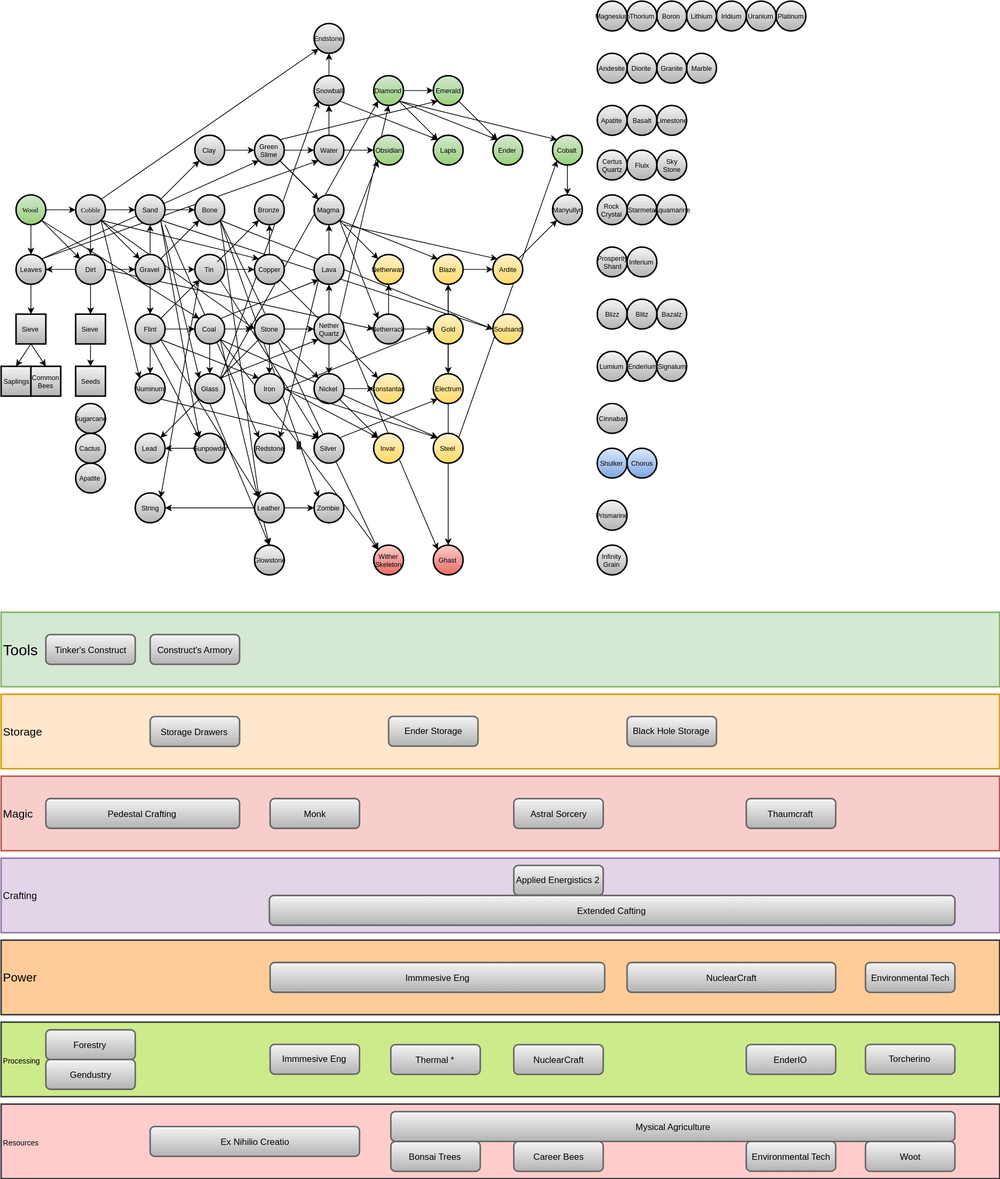
This is BeeTree.svg from Drakma/vacant-sky-3, a draw.io export, as it was before one commit. Source tidied: cells renumbered, new cells last; positions are measured from the earlier drawing's top-left corner, leaving out a move shared by most shapes.
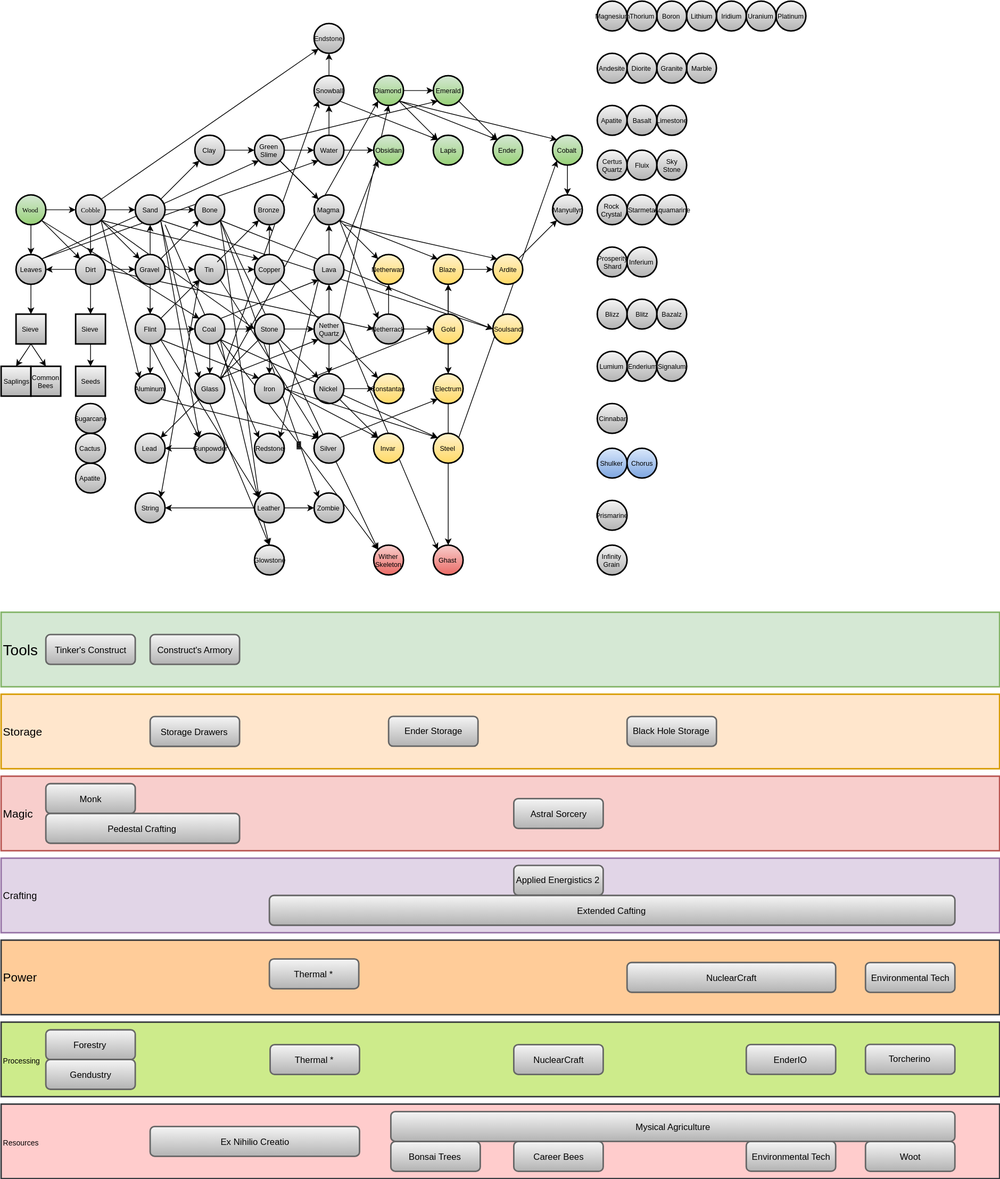
After the change.

What changed in the source:
```diff
@@ -669,9 +669,6 @@
     <mxCell id="212" value="&lt;font color=&quot;#000000&quot;&gt;Forestry&lt;/font&gt;&lt;br&gt;" style="rounded=1;whiteSpace=wrap;html=1;labelBackgroundColor=none;labelBorderColor=none;fillColor=#f5f5f5;strokeColor=#666666;strokeWidth=2;gradientColor=#b3b3b3;" parent="1" vertex="1">
       <mxGeometry x="60" y="1380.4" width="120" height="40" as="geometry" />
     </mxCell>
-    <mxCell id="213" value="&lt;font color=&quot;#000000&quot;&gt;Immmesive Eng&lt;/font&gt;&lt;br&gt;" style="rounded=1;whiteSpace=wrap;html=1;labelBackgroundColor=none;labelBorderColor=none;fillColor=#f5f5f5;strokeColor=#666666;strokeWidth=2;gradientColor=#b3b3b3;" parent="1" vertex="1">
-      <mxGeometry x="361" y="1290" width="449" height="40" as="geometry" />
-    </mxCell>
     <mxCell id="214" value="&lt;font color=&quot;#000000&quot;&gt;Environmental Tech&lt;/font&gt;&lt;br&gt;" style="rounded=1;whiteSpace=wrap;html=1;labelBackgroundColor=none;labelBorderColor=none;fillColor=#f5f5f5;strokeColor=#666666;strokeWidth=2;gradientColor=#b3b3b3;" parent="1" vertex="1">
       <mxGeometry x="1000" y="1530" width="120" height="40" as="geometry" />
     </mxCell>
@@ -682,26 +679,23 @@
       <mxGeometry x="60" y="1420.1" width="120" height="40" as="geometry" />
     </mxCell>
     <mxCell id="217" value="&lt;font color=&quot;#000000&quot;&gt;Monk&lt;/font&gt;&lt;br&gt;" style="rounded=1;whiteSpace=wrap;html=1;labelBackgroundColor=none;labelBorderColor=none;fillColor=#f5f5f5;strokeColor=#666666;strokeWidth=2;gradientColor=#b3b3b3;" parent="1" vertex="1">
-      <mxGeometry x="361" y="1070" width="120" height="40" as="geometry" />
+      <mxGeometry x="60" y="1050" width="120" height="40" as="geometry" />
     </mxCell>
     <mxCell id="218" value="&lt;font color=&quot;#000000&quot;&gt;Mysical Agriculture&lt;/font&gt;&lt;br&gt;" style="rounded=1;whiteSpace=wrap;html=1;labelBackgroundColor=none;labelBorderColor=none;fillColor=#f5f5f5;strokeColor=#666666;strokeWidth=2;gradientColor=#b3b3b3;" parent="1" vertex="1">
       <mxGeometry x="523" y="1490" width="757" height="40" as="geometry" />
     </mxCell>
     <mxCell id="219" value="&lt;font color=&quot;#000000&quot;&gt;Pedestal Crafting&lt;/font&gt;&lt;br&gt;" style="rounded=1;whiteSpace=wrap;html=1;labelBackgroundColor=none;labelBorderColor=none;fillColor=#f5f5f5;strokeColor=#666666;strokeWidth=2;gradientColor=#b3b3b3;" parent="1" vertex="1">
-      <mxGeometry x="60" y="1070" width="260" height="40" as="geometry" />
+      <mxGeometry x="60" y="1090" width="260" height="40" as="geometry" />
     </mxCell>
     <mxCell id="220" value="&lt;font color=&quot;#000000&quot;&gt;Storage Drawers&lt;/font&gt;&lt;br&gt;" style="rounded=1;whiteSpace=wrap;html=1;labelBackgroundColor=none;labelBorderColor=none;fillColor=#f5f5f5;strokeColor=#666666;strokeWidth=2;gradientColor=#b3b3b3;" parent="1" vertex="1">
       <mxGeometry x="200" y="960" width="120" height="40" as="geometry" />
     </mxCell>
     <mxCell id="221" value="&lt;font color=&quot;#000000&quot;&gt;Thermal *&lt;/font&gt;&lt;br&gt;" style="rounded=1;whiteSpace=wrap;html=1;labelBackgroundColor=none;labelBorderColor=none;fillColor=#f5f5f5;strokeColor=#666666;strokeWidth=2;gradientColor=#b3b3b3;" parent="1" vertex="1">
-      <mxGeometry x="523" y="1400.2" width="120" height="40" as="geometry" />
+      <mxGeometry x="361" y="1400.2" width="120" height="40" as="geometry" />
     </mxCell>
     <mxCell id="222" value="&lt;font color=&quot;#000000&quot;&gt;NuclearCraft&lt;/font&gt;&lt;br&gt;" style="rounded=1;whiteSpace=wrap;html=1;labelBackgroundColor=none;labelBorderColor=none;fillColor=#f5f5f5;strokeColor=#666666;strokeWidth=2;gradientColor=#b3b3b3;" parent="1" vertex="1">
       <mxGeometry x="840" y="1290" width="280" height="40" as="geometry" />
     </mxCell>
-    <mxCell id="223" value="&lt;font color=&quot;#000000&quot;&gt;Thaumcraft&lt;/font&gt;" style="rounded=1;whiteSpace=wrap;html=1;labelBackgroundColor=none;labelBorderColor=none;fillColor=#f5f5f5;strokeColor=#666666;strokeWidth=2;gradientColor=#b3b3b3;" parent="1" vertex="1">
-      <mxGeometry x="1000" y="1070" width="120" height="40" as="geometry" />
-    </mxCell>
     <mxCell id="224" value="&lt;font color=&quot;#000000&quot;&gt;Torcherino&lt;/font&gt;&lt;br&gt;" style="rounded=1;whiteSpace=wrap;html=1;labelBackgroundColor=none;labelBorderColor=none;fillColor=#f5f5f5;strokeColor=#666666;strokeWidth=2;gradientColor=#b3b3b3;" parent="1" vertex="1">
       <mxGeometry x="1160" y="1399.9" width="120" height="40" as="geometry" />
     </mxCell>
@@ -711,9 +705,6 @@
     <mxCell id="226" value="&lt;font color=&quot;#000000&quot;&gt;Environmental Tech&lt;/font&gt;&lt;br&gt;" style="rounded=1;whiteSpace=wrap;html=1;labelBackgroundColor=none;labelBorderColor=none;fillColor=#f5f5f5;strokeColor=#666666;strokeWidth=2;gradientColor=#b3b3b3;" parent="1" vertex="1">
       <mxGeometry x="1160" y="1290" width="120" height="40" as="geometry" />
     </mxCell>
-    <mxCell id="227" value="&lt;font color=&quot;#000000&quot;&gt;Immmesive Eng&lt;/font&gt;&lt;br&gt;" style="rounded=1;whiteSpace=wrap;html=1;labelBackgroundColor=none;labelBorderColor=none;fillColor=#f5f5f5;strokeColor=#666666;strokeWidth=2;gradientColor=#b3b3b3;" parent="1" vertex="1">
-      <mxGeometry x="361" y="1399.9" width="120" height="40" as="geometry" />
-    </mxCell>
     <mxCell id="228" value="Apatite&lt;br&gt;" style="ellipse;whiteSpace=wrap;html=1;strokeColor=#000000;fillColor=#f5f5f5;gradientColor=#b3b3b3;fontSize=9;strokeWidth=2;fontColor=#000000;" parent="1" vertex="1">
       <mxGeometry x="800" y="140" width="40" height="40" as="geometry" />
     </mxCell>
@@ -729,5 +720,8 @@
     <mxCell id="232" value="&lt;font color=&quot;#000000&quot;&gt;NuclearCraft&lt;/font&gt;&lt;br&gt;" style="rounded=1;whiteSpace=wrap;html=1;labelBackgroundColor=none;labelBorderColor=none;fillColor=#f5f5f5;strokeColor=#666666;strokeWidth=2;gradientColor=#b3b3b3;" parent="1" vertex="1">
       <mxGeometry x="688" y="1400.2" width="120" height="40" as="geometry" />
     </mxCell>
+    <mxCell id="233" value="&lt;font color=&quot;#000000&quot;&gt;Thermal *&lt;/font&gt;&lt;br&gt;" style="rounded=1;whiteSpace=wrap;html=1;labelBackgroundColor=none;labelBorderColor=none;fillColor=#f5f5f5;strokeColor=#666666;strokeWidth=2;gradientColor=#b3b3b3;" parent="1" vertex="1">
+      <mxGeometry x="360" y="1285.2" width="120" height="40" as="geometry" />
+    </mxCell>
   </root>
 </mxGraphModel>
```
